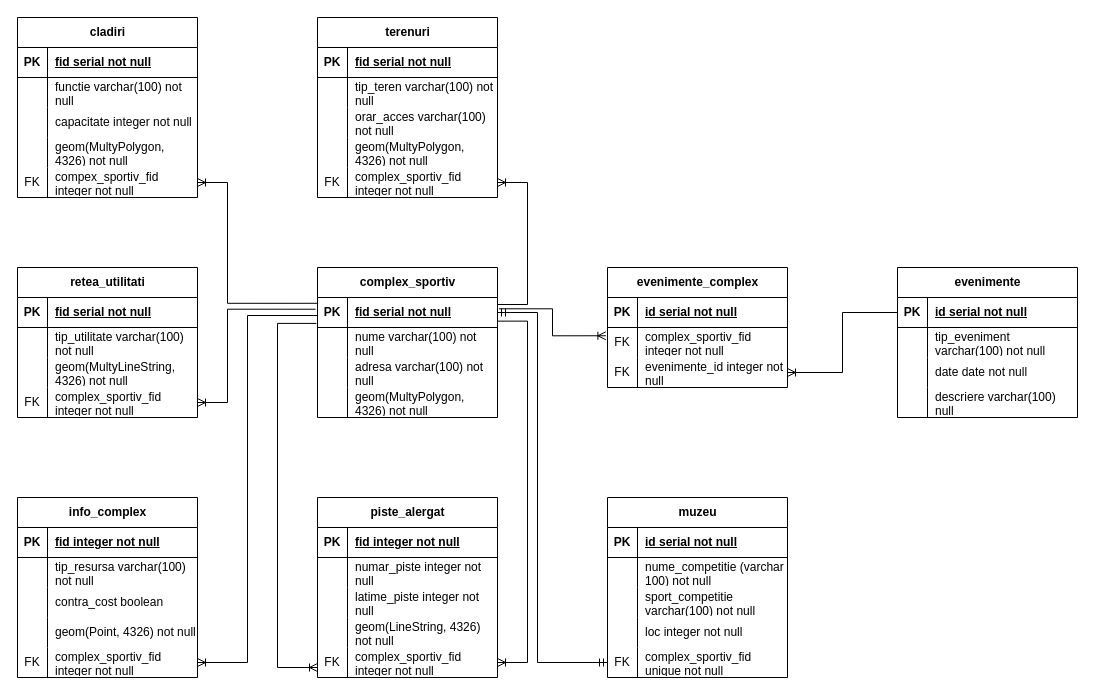
RaulHeciko/exam_sem2_database_marire keeps this draw.io diagram as Diagrama_Conceptuala_Exam_Sem2_DB.drawio. Above is the earlier version. Source tidied: cells renumbered, new cells numbered last; positions are measured from the earlier drawing's top-left corner, leaving out a move shared by most shapes. Both pictures are drawn from the tidied source at 100%, with x=0, y=0 at pixel (17, 17).
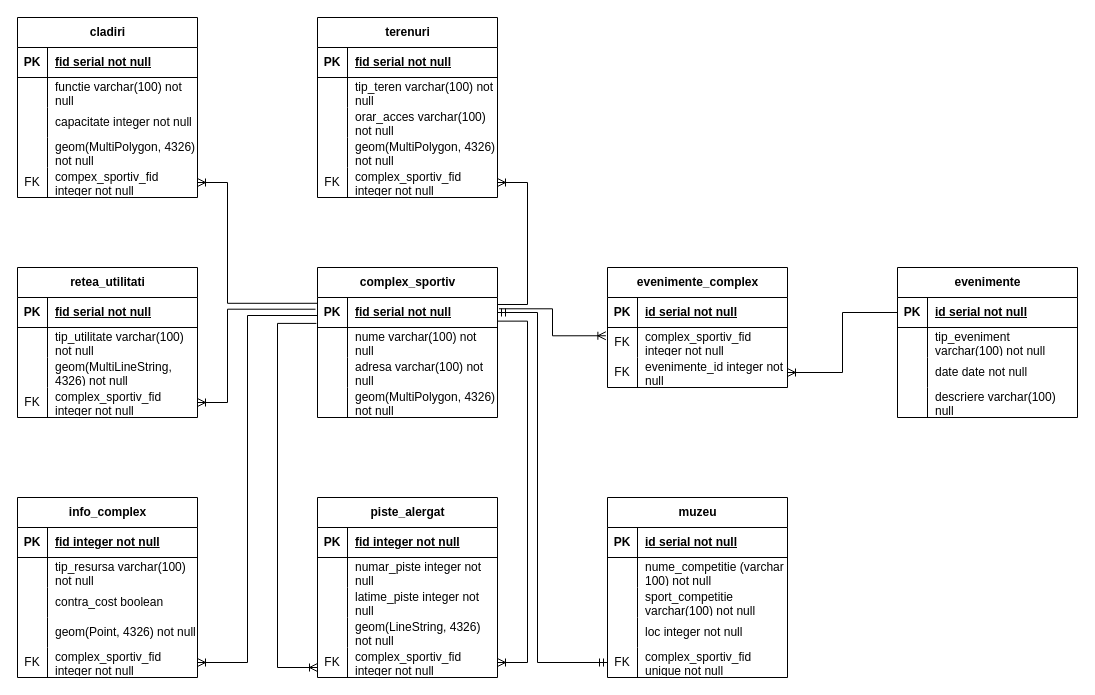
The same diagram, later.

The change refers to these unchanged cells:
```xml
<mxCell id="12" style="shape=tableRow;horizontal=0;startSize=0;swimlaneHead=0;swimlaneBody=0;fillColor=none;top=0;left=0;right=0;bottom=0;" parent="2" vertex="1">
  <mxGeometry y="120" width="180" height="30" as="geometry" />
</mxCell>
<mxCell id="25" style="shape=tableRow;horizontal=0;startSize=0;swimlaneHead=0;swimlaneBody=0;fillColor=none;top=0;left=0;right=0;bottom=0;" parent="15" vertex="1">
  <mxGeometry y="120" width="180" height="30" as="geometry" />
</mxCell>
<mxCell id="41" style="shape=tableRow;horizontal=0;startSize=0;swimlaneHead=0;swimlaneBody=0;fillColor=none;top=0;left=0;right=0;bottom=0;" parent="31" vertex="1">
  <mxGeometry y="120" width="180" height="30" as="geometry" />
</mxCell>
<mxCell id="54" style="shape=tableRow;horizontal=0;startSize=0;swimlaneHead=0;swimlaneBody=0;fillColor=none;top=0;left=0;right=0;bottom=0;" parent="47" vertex="1">
  <mxGeometry y="90" width="180" height="30" as="geometry" />
</mxCell>
```

What changed in the source:
```diff
@@
-    <mxCell id="14" value="geom(MultyPolygon, 4326) not null" style="shape=partialRectangle;fillColor=none;top=0;left=0;bottom=0;right=0;align=left;spacingLeft=6;overflow=hidden;whiteSpace=wrap;html=1;" parent="12" vertex="1">
+    <mxCell id="14" value="geom(MultiPolygon, 4326) not null" style="shape=partialRectangle;fillColor=none;top=0;left=0;bottom=0;right=0;align=left;spacingLeft=6;overflow=hidden;whiteSpace=wrap;html=1;" parent="12" vertex="1">
       <mxGeometry x="30" width="150" height="30" as="geometry" />
     </mxCell>
@@
-    <mxCell id="27" value="geom(MultyPolygon, 4326) not null" style="shape=partialRectangle;fillColor=none;top=0;left=0;bottom=0;right=0;align=left;spacingLeft=6;overflow=hidden;whiteSpace=wrap;html=1;" parent="25" vertex="1">
+    <mxCell id="27" value="geom(MultiPolygon, 4326) not null" style="shape=partialRectangle;fillColor=none;top=0;left=0;bottom=0;right=0;align=left;spacingLeft=6;overflow=hidden;whiteSpace=wrap;html=1;" parent="25" vertex="1">
       <mxGeometry x="30" width="150" height="30" as="geometry" />
     </mxCell>
@@
-    <mxCell id="43" value="geom(MultyPolygon, 4326) not null" style="shape=partialRectangle;fillColor=none;top=0;left=0;bottom=0;right=0;align=left;spacingLeft=6;overflow=hidden;whiteSpace=wrap;html=1;" parent="41" vertex="1">
+    <mxCell id="43" value="geom(MultiPolygon, 4326) not null" style="shape=partialRectangle;fillColor=none;top=0;left=0;bottom=0;right=0;align=left;spacingLeft=6;overflow=hidden;whiteSpace=wrap;html=1;" parent="41" vertex="1">
       <mxGeometry x="30" width="150" height="30" as="geometry" />
     </mxCell>
@@
-    <mxCell id="56" value="geom(MultyLineString, 4326) not null" style="shape=partialRectangle;fillColor=none;top=0;left=0;bottom=0;right=0;align=left;spacingLeft=6;overflow=hidden;whiteSpace=wrap;html=1;" parent="54" vertex="1">
+    <mxCell id="56" value="geom(MultiLineString, 4326) not null" style="shape=partialRectangle;fillColor=none;top=0;left=0;bottom=0;right=0;align=left;spacingLeft=6;overflow=hidden;whiteSpace=wrap;html=1;" parent="54" vertex="1">
       <mxGeometry x="30" width="150" height="30" as="geometry" />
     </mxCell>
```
